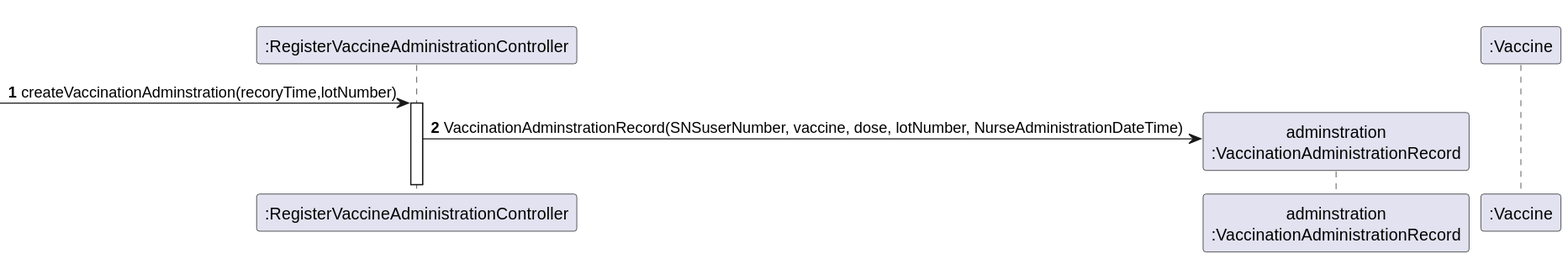
Earlier version of the PlantUML export docs/SprintD/US008/US008_CreateRecord.svg (osnilas/SNSsystem). Its diagram source:
```plantuml
@startuml

    participant ":RegisterVaccineAdministrationController" as  CTRL
    participant "adminstration\n:VaccinationAdministrationRecord" as record
    participant ":Vaccine" as vaccine


autonumber
->CTRL:createVaccinationAdminstration(recoryTime,lotNumber)
activate CTRL
create record
CTRL->record:VaccinationAdminstrationRecord(SNSuserNumber, vaccine, dose, lotNumber, NurseAdministrationDateTime)


@enduml
```
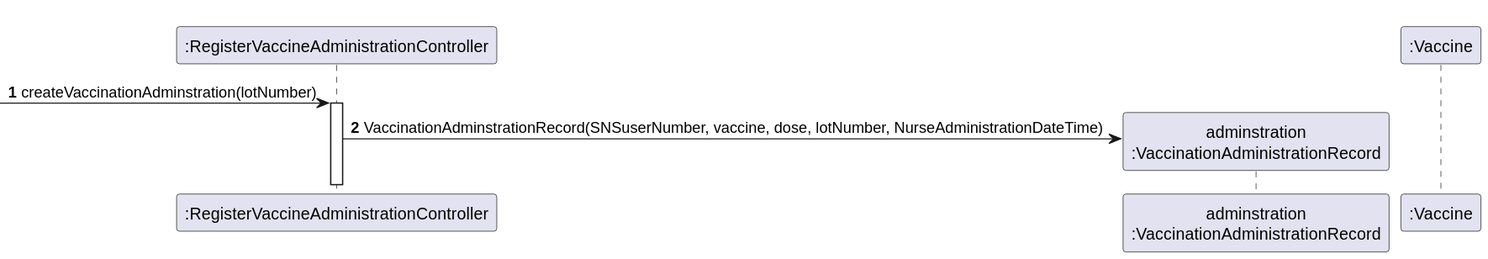
The same diagram one commit later.

The edit, as a diff of the source:
```diff
@@ -6,7 +6,7 @@
 
 
 autonumber
-->CTRL:createVaccinationAdminstration(recoryTime,lotNumber)
+->CTRL:createVaccinationAdminstration(lotNumber)
 activate CTRL
 create record
 CTRL->record:VaccinationAdminstrationRecord(SNSuserNumber, vaccine, dose, lotNumber, NurseAdministrationDateTime)
```
